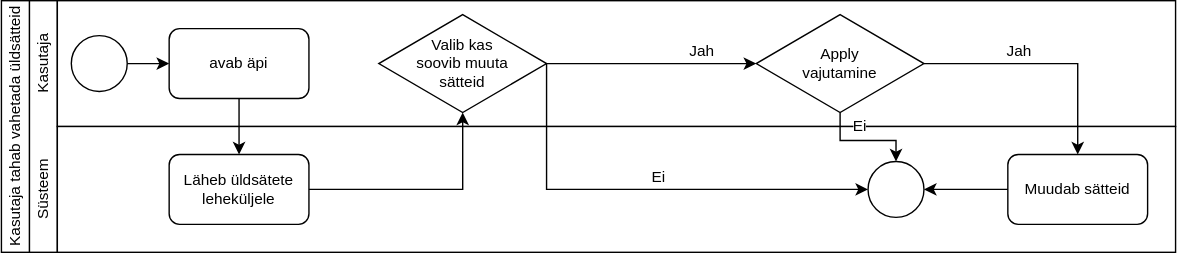
Earlier version of the draw.io export Dokumendid/Tegevusdiagrammid/Tegevusdiagramm Egert.svg (p-kristjan/Elron-App-TARpe19). Source tidied: cells renumbered, new cells last; positions are measured from the earlier drawing's top-left corner, leaving out a move shared by most shapes. Source of this version:
```xml
<mxGraphModel>
  <root>
    <mxCell id="0" />
    <mxCell id="1" parent="0" />
    <mxCell id="2" style="rounded=0;whiteSpace=wrap;html=1;" parent="1" vertex="1">
      <mxGeometry x="100" width="20" height="180" as="geometry" />
    </mxCell>
    <mxCell id="3" style="rounded=0;whiteSpace=wrap;html=1;" parent="1" vertex="1">
      <mxGeometry x="80" width="20" height="180" as="geometry" />
    </mxCell>
    <mxCell id="4" style="rounded=0;whiteSpace=wrap;html=1;" parent="1" vertex="1">
      <mxGeometry x="120" width="800" height="90" as="geometry" />
    </mxCell>
    <mxCell id="5" style="rounded=0;whiteSpace=wrap;html=1;" parent="1" vertex="1">
      <mxGeometry x="120" y="90" width="800" height="90" as="geometry" />
    </mxCell>
    <mxCell id="6" value="&lt;div style=&quot;font-size: 11px;&quot;&gt;Kasutaja tahab vahetada üldsätteid&lt;/div&gt;" style="text;html=1;strokeColor=none;fillColor=none;align=center;verticalAlign=middle;whiteSpace=wrap;rounded=0;rotation=-90;spacing=0;fontSize=11;" parent="1" vertex="1">
      <mxGeometry y="80" width="180" height="20" as="geometry" />
    </mxCell>
    <mxCell id="7" value="&lt;div&gt;Süsteem&lt;/div&gt;" style="text;html=1;strokeColor=none;fillColor=none;align=center;verticalAlign=middle;whiteSpace=wrap;rounded=0;fontSize=11;rotation=-90;" parent="1" vertex="1">
      <mxGeometry x="65" y="125" width="90" height="20" as="geometry" />
    </mxCell>
    <mxCell id="8" value="&lt;div&gt;Kasutaja&lt;/div&gt;" style="text;html=1;strokeColor=none;fillColor=none;align=center;verticalAlign=middle;whiteSpace=wrap;rounded=0;fontSize=11;rotation=-90;" parent="1" vertex="1">
      <mxGeometry x="65" y="35" width="90" height="20" as="geometry" />
    </mxCell>
    <mxCell id="9" style="edgeStyle=orthogonalEdgeStyle;rounded=0;jettySize=auto;html=1;exitX=1;exitY=0.5;exitDx=0;exitDy=0;entryX=0;entryY=0.5;entryDx=0;entryDy=0;fontSize=11;" parent="1" edge="1" source="10" target="12">
      <mxGeometry relative="1" as="geometry" />
    </mxCell>
    <mxCell id="10" style="ellipse;whiteSpace=wrap;html=1;fontSize=11;" parent="1" vertex="1">
      <mxGeometry x="130" y="25" width="40" height="40" as="geometry" />
    </mxCell>
    <mxCell id="11" style="group;" parent="1" vertex="1">
      <mxGeometry x="200" y="20" width="100" height="50" as="geometry" />
    </mxCell>
    <mxCell id="12" style="rounded=1;whiteSpace=wrap;html=1;fontSize=11;" parent="11" vertex="1">
      <mxGeometry width="100" height="50" as="geometry" />
    </mxCell>
    <mxCell id="13" value="avab äpi" style="text;html=1;strokeColor=none;fillColor=none;align=center;verticalAlign=middle;whiteSpace=wrap;rounded=0;fontSize=11;" parent="11" vertex="1">
      <mxGeometry y="8.3" width="100" height="33.3" as="geometry" />
    </mxCell>
    <mxCell id="14" style="group;" parent="1" vertex="1">
      <mxGeometry x="200" y="110" width="100" height="50" as="geometry" />
    </mxCell>
    <mxCell id="15" style="rounded=1;whiteSpace=wrap;html=1;fontSize=11;" parent="14" vertex="1">
      <mxGeometry width="100" height="50" as="geometry" />
    </mxCell>
    <mxCell id="16" value="&lt;div&gt;Läheb üldsätete leheküljele&lt;/div&gt;" style="text;html=1;strokeColor=none;fillColor=none;align=center;verticalAlign=middle;whiteSpace=wrap;rounded=0;fontSize=11;" parent="14" vertex="1">
      <mxGeometry y="8.3" width="100" height="33.3" as="geometry" />
    </mxCell>
    <mxCell id="17" style="edgeStyle=orthogonalEdgeStyle;rounded=0;jettySize=auto;html=1;exitX=1;exitY=0.5;exitDx=0;exitDy=0;fontSize=11;" parent="1" edge="1" source="16" target="19">
      <mxGeometry relative="1" as="geometry" />
    </mxCell>
    <mxCell id="18" style="group;" parent="1" vertex="1">
      <mxGeometry x="350" y="10" width="120" height="70" as="geometry" />
    </mxCell>
    <mxCell id="19" style="rhombus;whiteSpace=wrap;html=1;fontSize=11;" parent="18" vertex="1">
      <mxGeometry width="120" height="70" as="geometry" />
    </mxCell>
    <mxCell id="20" value="&lt;div&gt;Valib kas soovib muuta sätteid&lt;/div&gt;" style="text;html=1;strokeColor=none;fillColor=none;align=center;verticalAlign=middle;whiteSpace=wrap;rounded=0;fontSize=11;" parent="18" vertex="1">
      <mxGeometry x="20" y="25" width="80" height="20" as="geometry" />
    </mxCell>
    <mxCell id="21" style="group;" parent="1" vertex="1">
      <mxGeometry x="620" y="10" width="120" height="70" as="geometry" />
    </mxCell>
    <mxCell id="22" style="rhombus;whiteSpace=wrap;html=1;fontSize=11;" parent="21" vertex="1">
      <mxGeometry width="120" height="70" as="geometry" />
    </mxCell>
    <mxCell id="23" value="&lt;div&gt;Apply vajutamine&lt;/div&gt;" style="text;html=1;strokeColor=none;fillColor=none;align=center;verticalAlign=middle;whiteSpace=wrap;rounded=0;fontSize=11;" parent="21" vertex="1">
      <mxGeometry x="20" y="25" width="80" height="20" as="geometry" />
    </mxCell>
    <mxCell id="24" style="edgeStyle=orthogonalEdgeStyle;rounded=0;jettySize=auto;html=1;fontSize=11;" parent="1" edge="1" source="19" target="22">
      <mxGeometry relative="1" as="geometry" />
    </mxCell>
    <mxCell id="25" value="&lt;div&gt;Jah&lt;/div&gt;" style="edgeLabel;html=1;align=center;verticalAlign=middle;fontSize=11;" parent="24" vertex="1">
      <mxGeometry x="0.17" y="1" relative="1" as="geometry">
        <mxPoint x="22.4" y="-9" as="offset" />
      </mxGeometry>
    </mxCell>
    <mxCell id="26" style="edgeStyle=orthogonalEdgeStyle;rounded=0;jettySize=auto;html=1;entryX=0.5;entryY=0;entryDx=0;entryDy=0;fontSize=11;" parent="1" edge="1" source="12" target="15">
      <mxGeometry relative="1" as="geometry" />
    </mxCell>
    <mxCell id="27" style="group;" parent="1" vertex="1">
      <mxGeometry x="800" y="110" width="100" height="50" as="geometry" />
    </mxCell>
    <mxCell id="28" style="rounded=1;whiteSpace=wrap;html=1;fontSize=11;" parent="27" vertex="1">
      <mxGeometry width="100" height="50" as="geometry" />
    </mxCell>
    <mxCell id="29" value="&lt;div&gt;Muudab sätteid&lt;br&gt;&lt;/div&gt;" style="text;html=1;strokeColor=none;fillColor=none;align=center;verticalAlign=middle;whiteSpace=wrap;rounded=0;fontSize=11;" parent="27" vertex="1">
      <mxGeometry y="8.3" width="100" height="33.3" as="geometry" />
    </mxCell>
    <mxCell id="30" style="edgeStyle=orthogonalEdgeStyle;rounded=0;jettySize=auto;html=1;entryX=0.5;entryY=0;entryDx=0;entryDy=0;fontSize=11;" parent="1" edge="1" source="22" target="28">
      <mxGeometry relative="1" as="geometry" />
    </mxCell>
    <mxCell id="31" value="Jah" style="edgeLabel;html=1;align=center;verticalAlign=middle;fontSize=11;" parent="30" vertex="1">
      <mxGeometry x="-0.23" y="-1" relative="1" as="geometry">
        <mxPoint y="-11" as="offset" />
      </mxGeometry>
    </mxCell>
    <mxCell id="32" style="ellipse;whiteSpace=wrap;html=1;fontSize=11;" parent="1" vertex="1">
      <mxGeometry x="700" y="115" width="40" height="40" as="geometry" />
    </mxCell>
    <mxCell id="33" style="edgeStyle=orthogonalEdgeStyle;rounded=0;jettySize=auto;html=1;entryX=0.5;entryY=0;entryDx=0;entryDy=0;fontSize=11;" parent="1" edge="1" source="22" target="32">
      <mxGeometry relative="1" as="geometry" />
    </mxCell>
    <mxCell id="34" value="&lt;div&gt;Ei&lt;/div&gt;" style="edgeLabel;html=1;align=center;verticalAlign=middle;fontSize=11;" parent="33" vertex="1">
      <mxGeometry x="-0.12" y="1" relative="1" as="geometry">
        <mxPoint y="-9" as="offset" />
      </mxGeometry>
    </mxCell>
    <mxCell id="35" style="edgeStyle=orthogonalEdgeStyle;rounded=0;jettySize=auto;html=1;entryX=1;entryY=0.5;entryDx=0;entryDy=0;fontSize=11;" parent="1" edge="1" source="28" target="32">
      <mxGeometry relative="1" as="geometry" />
    </mxCell>
    <mxCell id="36" style="edgeStyle=orthogonalEdgeStyle;rounded=0;jettySize=auto;html=1;entryX=0;entryY=0.5;entryDx=0;entryDy=0;fontSize=11;" parent="1" edge="1" source="19" target="32">
      <mxGeometry relative="1" as="geometry">
        <Array as="points">
          <mxPoint x="470" y="135" />
        </Array>
      </mxGeometry>
    </mxCell>
    <mxCell id="37" value="&lt;div&gt;Ei&lt;/div&gt;" style="edgeLabel;html=1;align=center;verticalAlign=middle;fontSize=11;" parent="36" vertex="1">
      <mxGeometry x="-0.06" relative="1" as="geometry">
        <mxPoint x="19" y="-10" as="offset" />
      </mxGeometry>
    </mxCell>
  </root>
</mxGraphModel>
```
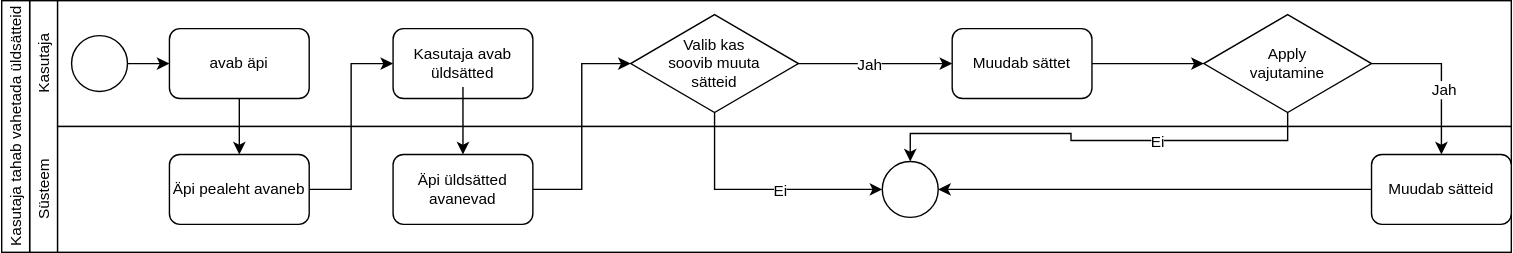
The same diagram one commit later.

Commit message:
Diagrammi muutmine

Diff of the diagram source:
```diff
@@ -2,6 +2,9 @@
   <root>
     <mxCell id="0" />
     <mxCell id="1" parent="0" />
+    <mxCell id="38" style="rounded=1;whiteSpace=wrap;html=1;fontSize=11;" parent="1" vertex="1">
+      <mxGeometry x="200" y="110" width="100" height="50" as="geometry" />
+    </mxCell>
     <mxCell id="2" style="rounded=0;whiteSpace=wrap;html=1;" parent="1" vertex="1">
       <mxGeometry x="100" width="20" height="180" as="geometry" />
     </mxCell>
@@ -9,10 +12,10 @@
       <mxGeometry x="80" width="20" height="180" as="geometry" />
     </mxCell>
     <mxCell id="4" style="rounded=0;whiteSpace=wrap;html=1;" parent="1" vertex="1">
-      <mxGeometry x="120" width="800" height="90" as="geometry" />
+      <mxGeometry x="120" width="1040" height="90" as="geometry" />
     </mxCell>
     <mxCell id="5" style="rounded=0;whiteSpace=wrap;html=1;" parent="1" vertex="1">
-      <mxGeometry x="120" y="90" width="800" height="90" as="geometry" />
+      <mxGeometry x="120" y="90" width="1040" height="90" as="geometry" />
     </mxCell>
     <mxCell id="6" value="&lt;div style=&quot;font-size: 11px;&quot;&gt;Kasutaja tahab vahetada üldsätteid&lt;/div&gt;" style="text;html=1;strokeColor=none;fillColor=none;align=center;verticalAlign=middle;whiteSpace=wrap;rounded=0;rotation=-90;spacing=0;fontSize=11;" parent="1" vertex="1">
       <mxGeometry y="80" width="180" height="20" as="geometry" />
@@ -38,20 +41,8 @@
     <mxCell id="13" value="avab äpi" style="text;html=1;strokeColor=none;fillColor=none;align=center;verticalAlign=middle;whiteSpace=wrap;rounded=0;fontSize=11;" parent="11" vertex="1">
       <mxGeometry y="8.3" width="100" height="33.3" as="geometry" />
     </mxCell>
-    <mxCell id="14" style="group;" parent="1" vertex="1">
-      <mxGeometry x="200" y="110" width="100" height="50" as="geometry" />
-    </mxCell>
-    <mxCell id="15" style="rounded=1;whiteSpace=wrap;html=1;fontSize=11;" parent="14" vertex="1">
-      <mxGeometry width="100" height="50" as="geometry" />
-    </mxCell>
-    <mxCell id="16" value="&lt;div&gt;Läheb üldsätete leheküljele&lt;/div&gt;" style="text;html=1;strokeColor=none;fillColor=none;align=center;verticalAlign=middle;whiteSpace=wrap;rounded=0;fontSize=11;" parent="14" vertex="1">
-      <mxGeometry y="8.3" width="100" height="33.3" as="geometry" />
-    </mxCell>
-    <mxCell id="17" style="edgeStyle=orthogonalEdgeStyle;rounded=0;jettySize=auto;html=1;exitX=1;exitY=0.5;exitDx=0;exitDy=0;fontSize=11;" parent="1" edge="1" source="16" target="19">
-      <mxGeometry relative="1" as="geometry" />
-    </mxCell>
     <mxCell id="18" style="group;" parent="1" vertex="1">
-      <mxGeometry x="350" y="10" width="120" height="70" as="geometry" />
+      <mxGeometry x="530" y="10" width="120" height="70" as="geometry" />
     </mxCell>
     <mxCell id="19" style="rhombus;whiteSpace=wrap;html=1;fontSize=11;" parent="18" vertex="1">
       <mxGeometry width="120" height="70" as="geometry" />
@@ -59,68 +50,95 @@
     <mxCell id="20" value="&lt;div&gt;Valib kas soovib muuta sätteid&lt;/div&gt;" style="text;html=1;strokeColor=none;fillColor=none;align=center;verticalAlign=middle;whiteSpace=wrap;rounded=0;fontSize=11;" parent="18" vertex="1">
       <mxGeometry x="20" y="25" width="80" height="20" as="geometry" />
     </mxCell>
-    <mxCell id="21" style="group;" parent="1" vertex="1">
-      <mxGeometry x="620" y="10" width="120" height="70" as="geometry" />
-    </mxCell>
+    <mxCell id="32" style="ellipse;whiteSpace=wrap;html=1;fontSize=11;" parent="1" vertex="1">
+      <mxGeometry x="710" y="115" width="40" height="40" as="geometry" />
+    </mxCell>
+    <mxCell id="35" style="edgeStyle=orthogonalEdgeStyle;rounded=0;jettySize=auto;html=1;entryX=1;entryY=0.5;entryDx=0;entryDy=0;fontSize=11;" parent="1" edge="1" source="28" target="32">
+      <mxGeometry relative="1" as="geometry" />
+    </mxCell>
+    <mxCell id="30" style="edgeStyle=orthogonalEdgeStyle;rounded=0;jettySize=auto;html=1;exitX=1;exitY=0.5;exitDx=0;exitDy=0;entryX=0.5;entryY=0;entryDx=0;entryDy=0;" parent="1" edge="1" source="22" target="28">
+      <mxGeometry relative="1" as="geometry" />
+    </mxCell>
+    <mxCell id="39" value="&lt;div&gt;Jah&lt;/div&gt;" style="edgeLabel;html=1;align=center;verticalAlign=middle;" parent="30" vertex="1">
+      <mxGeometry x="0.18" y="1" relative="1" as="geometry" />
+    </mxCell>
+    <mxCell id="33" style="edgeStyle=orthogonalEdgeStyle;rounded=0;jettySize=auto;html=1;exitX=0.5;exitY=1;exitDx=0;exitDy=0;entryX=0.5;entryY=0;entryDx=0;entryDy=0;" parent="1" edge="1" source="22" target="32">
+      <mxGeometry relative="1" as="geometry" />
+    </mxCell>
+    <mxCell id="40" value="&lt;div&gt;Ei&lt;/div&gt;" style="edgeLabel;html=1;align=center;verticalAlign=middle;" parent="33" vertex="1">
+      <mxGeometry x="-0.27" y="2" relative="1" as="geometry">
+        <mxPoint y="-2" as="offset" />
+      </mxGeometry>
+    </mxCell>
-    <mxCell id="22" style="rhombus;whiteSpace=wrap;html=1;fontSize=11;" parent="21" vertex="1">
-      <mxGeometry width="120" height="70" as="geometry" />
+    <mxCell id="22" style="rhombus;whiteSpace=wrap;html=1;fontSize=11;" parent="1" vertex="1">
+      <mxGeometry x="940" y="10" width="120" height="70" as="geometry" />
     </mxCell>
-    <mxCell id="23" value="&lt;div&gt;Apply vajutamine&lt;/div&gt;" style="text;html=1;strokeColor=none;fillColor=none;align=center;verticalAlign=middle;whiteSpace=wrap;rounded=0;fontSize=11;" parent="21" vertex="1">
-      <mxGeometry x="20" y="25" width="80" height="20" as="geometry" />
+    <mxCell id="23" value="&lt;div&gt;Apply vajutamine&lt;/div&gt;" style="text;html=1;strokeColor=none;fillColor=none;align=center;verticalAlign=middle;whiteSpace=wrap;rounded=0;fontSize=11;" parent="1" vertex="1">
+      <mxGeometry x="960" y="35" width="80" height="20" as="geometry" />
     </mxCell>
-    <mxCell id="24" style="edgeStyle=orthogonalEdgeStyle;rounded=0;jettySize=auto;html=1;fontSize=11;" parent="1" edge="1" source="19" target="22">
-      <mxGeometry relative="1" as="geometry" />
-    </mxCell>
-    <mxCell id="25" value="&lt;div&gt;Jah&lt;/div&gt;" style="edgeLabel;html=1;align=center;verticalAlign=middle;fontSize=11;" parent="24" vertex="1">
-      <mxGeometry x="0.17" y="1" relative="1" as="geometry">
-        <mxPoint x="22.4" y="-9" as="offset" />
-      </mxGeometry>
-    </mxCell>
-    <mxCell id="26" style="edgeStyle=orthogonalEdgeStyle;rounded=0;jettySize=auto;html=1;entryX=0.5;entryY=0;entryDx=0;entryDy=0;fontSize=11;" parent="1" edge="1" source="12" target="15">
-      <mxGeometry relative="1" as="geometry" />
-    </mxCell>
-    <mxCell id="27" style="group;" parent="1" vertex="1">
-      <mxGeometry x="800" y="110" width="100" height="50" as="geometry" />
-    </mxCell>
+    <mxCell id="41" style="edgeStyle=orthogonalEdgeStyle;rounded=0;jettySize=auto;html=1;entryX=0.5;entryY=0;entryDx=0;entryDy=0;" parent="1" edge="1" source="12" target="38">
+      <mxGeometry relative="1" as="geometry" />
+    </mxCell>
+    <mxCell id="42" style="rounded=1;whiteSpace=wrap;html=1;fontSize=11;" parent="1" vertex="1">
+      <mxGeometry x="360" y="20" width="100" height="50" as="geometry" />
+    </mxCell>
+    <mxCell id="43" style="edgeStyle=orthogonalEdgeStyle;rounded=0;jettySize=auto;html=1;entryX=0.5;entryY=0;entryDx=0;entryDy=0;" parent="1" edge="1" source="44" target="47">
+      <mxGeometry relative="1" as="geometry" />
+    </mxCell>
+    <mxCell id="44" value="Kasutaja avab üldsätted" style="text;html=1;strokeColor=none;fillColor=none;align=center;verticalAlign=middle;whiteSpace=wrap;rounded=0;fontSize=11;" parent="1" vertex="1">
+      <mxGeometry x="360" y="28.3" width="100" height="33.3" as="geometry" />
+    </mxCell>
+    <mxCell id="14" style="group;" parent="1" vertex="1">
+      <mxGeometry x="200" y="110" width="100" height="50" as="geometry" />
+    </mxCell>
+    <mxCell id="15" style="rounded=1;whiteSpace=wrap;html=1;fontSize=11;" parent="14" vertex="1">
+      <mxGeometry width="100" height="50" as="geometry" />
+    </mxCell>
+    <mxCell id="45" value="Äpi pealeht avaneb" style="text;html=1;strokeColor=none;fillColor=none;align=center;verticalAlign=middle;whiteSpace=wrap;rounded=0;fontSize=11;" parent="14" vertex="1">
+      <mxGeometry y="8.3" width="100" height="33.3" as="geometry" />
+    </mxCell>
+    <mxCell id="46" style="edgeStyle=orthogonalEdgeStyle;rounded=0;jettySize=auto;html=1;exitX=1;exitY=0.5;exitDx=0;exitDy=0;entryX=0;entryY=0.5;entryDx=0;entryDy=0;" parent="1" edge="1" source="45" target="44">
+      <mxGeometry relative="1" as="geometry" />
+    </mxCell>
+    <mxCell id="47" style="rounded=1;whiteSpace=wrap;html=1;fontSize=11;" parent="1" vertex="1">
+      <mxGeometry x="360" y="110" width="100" height="50" as="geometry" />
+    </mxCell>
+    <mxCell id="48" style="edgeStyle=orthogonalEdgeStyle;rounded=0;jettySize=auto;html=1;exitX=1;exitY=0.5;exitDx=0;exitDy=0;entryX=0;entryY=0.5;entryDx=0;entryDy=0;" parent="1" edge="1" source="49" target="19">
+      <mxGeometry relative="1" as="geometry" />
+    </mxCell>
+    <mxCell id="49" value="Äpi üldsätted avanevad" style="text;html=1;strokeColor=none;fillColor=none;align=center;verticalAlign=middle;whiteSpace=wrap;rounded=0;fontSize=11;" parent="1" vertex="1">
+      <mxGeometry x="360" y="118.3" width="100" height="33.3" as="geometry" />
+    </mxCell>
+    <mxCell id="50" style="rounded=1;whiteSpace=wrap;html=1;fontSize=11;" parent="1" vertex="1">
+      <mxGeometry x="760" y="20" width="100" height="50" as="geometry" />
+    </mxCell>
+    <mxCell id="51" style="edgeStyle=orthogonalEdgeStyle;rounded=0;jettySize=auto;html=1;exitX=1;exitY=0.5;exitDx=0;exitDy=0;entryX=0;entryY=0.5;entryDx=0;entryDy=0;" parent="1" edge="1" source="52" target="22">
+      <mxGeometry relative="1" as="geometry" />
+    </mxCell>
+    <mxCell id="52" value="Muudab sättet" style="text;html=1;strokeColor=none;fillColor=none;align=center;verticalAlign=middle;whiteSpace=wrap;rounded=0;fontSize=11;" parent="1" vertex="1">
+      <mxGeometry x="760" y="28.3" width="100" height="33.3" as="geometry" />
+    </mxCell>
+    <mxCell id="53" style="edgeStyle=orthogonalEdgeStyle;rounded=0;jettySize=auto;html=1;exitX=1;exitY=0.5;exitDx=0;exitDy=0;" parent="1" edge="1" source="19" target="52">
+      <mxGeometry relative="1" as="geometry" />
+    </mxCell>
+    <mxCell id="54" value="Jah" style="edgeLabel;html=1;align=center;verticalAlign=middle;" parent="53" vertex="1">
+      <mxGeometry x="0.31" y="1" relative="1" as="geometry">
+        <mxPoint x="-22" y="1" as="offset" />
+      </mxGeometry>
+    </mxCell>
-    <mxCell id="28" style="rounded=1;whiteSpace=wrap;html=1;fontSize=11;" parent="27" vertex="1">
-      <mxGeometry width="100" height="50" as="geometry" />
+    <mxCell id="28" style="rounded=1;whiteSpace=wrap;html=1;fontSize=11;" parent="1" vertex="1">
+      <mxGeometry x="1060" y="110" width="100" height="50" as="geometry" />
     </mxCell>
-    <mxCell id="29" value="&lt;div&gt;Muudab sätteid&lt;br&gt;&lt;/div&gt;" style="text;html=1;strokeColor=none;fillColor=none;align=center;verticalAlign=middle;whiteSpace=wrap;rounded=0;fontSize=11;" parent="27" vertex="1">
-      <mxGeometry y="8.3" width="100" height="33.3" as="geometry" />
+    <mxCell id="29" value="&lt;div&gt;Muudab sätteid&lt;br&gt;&lt;/div&gt;" style="text;html=1;strokeColor=none;fillColor=none;align=center;verticalAlign=middle;whiteSpace=wrap;rounded=0;fontSize=11;" parent="1" vertex="1">
+      <mxGeometry x="1060" y="118.3" width="100" height="33.3" as="geometry" />
     </mxCell>
-    <mxCell id="30" style="edgeStyle=orthogonalEdgeStyle;rounded=0;jettySize=auto;html=1;entryX=0.5;entryY=0;entryDx=0;entryDy=0;fontSize=11;" parent="1" edge="1" source="22" target="28">
-      <mxGeometry relative="1" as="geometry" />
-    </mxCell>
-    <mxCell id="31" value="Jah" style="edgeLabel;html=1;align=center;verticalAlign=middle;fontSize=11;" parent="30" vertex="1">
-      <mxGeometry x="-0.23" y="-1" relative="1" as="geometry">
-        <mxPoint y="-11" as="offset" />
-      </mxGeometry>
-    </mxCell>
-    <mxCell id="32" style="ellipse;whiteSpace=wrap;html=1;fontSize=11;" parent="1" vertex="1">
-      <mxGeometry x="700" y="115" width="40" height="40" as="geometry" />
-    </mxCell>
-    <mxCell id="33" style="edgeStyle=orthogonalEdgeStyle;rounded=0;jettySize=auto;html=1;entryX=0.5;entryY=0;entryDx=0;entryDy=0;fontSize=11;" parent="1" edge="1" source="22" target="32">
-      <mxGeometry relative="1" as="geometry" />
-    </mxCell>
-    <mxCell id="34" value="&lt;div&gt;Ei&lt;/div&gt;" style="edgeLabel;html=1;align=center;verticalAlign=middle;fontSize=11;" parent="33" vertex="1">
-      <mxGeometry x="-0.12" y="1" relative="1" as="geometry">
-        <mxPoint y="-9" as="offset" />
-      </mxGeometry>
-    </mxCell>
-    <mxCell id="35" style="edgeStyle=orthogonalEdgeStyle;rounded=0;jettySize=auto;html=1;entryX=1;entryY=0.5;entryDx=0;entryDy=0;fontSize=11;" parent="1" edge="1" source="28" target="32">
-      <mxGeometry relative="1" as="geometry" />
-    </mxCell>
-    <mxCell id="36" style="edgeStyle=orthogonalEdgeStyle;rounded=0;jettySize=auto;html=1;entryX=0;entryY=0.5;entryDx=0;entryDy=0;fontSize=11;" parent="1" edge="1" source="19" target="32">
-      <mxGeometry relative="1" as="geometry">
-        <Array as="points">
-          <mxPoint x="470" y="135" />
-        </Array>
-      </mxGeometry>
+    <mxCell id="36" style="edgeStyle=orthogonalEdgeStyle;rounded=0;jettySize=auto;html=1;exitX=0.5;exitY=1;exitDx=0;exitDy=0;entryX=0;entryY=0.5;entryDx=0;entryDy=0;" parent="1" edge="1" source="19" target="32">
+      <mxGeometry relative="1" as="geometry" />
     </mxCell>
-    <mxCell id="37" value="&lt;div&gt;Ei&lt;/div&gt;" style="edgeLabel;html=1;align=center;verticalAlign=middle;fontSize=11;" parent="36" vertex="1">
-      <mxGeometry x="-0.06" relative="1" as="geometry">
-        <mxPoint x="19" y="-10" as="offset" />
-      </mxGeometry>
-    </mxCell>
+    <mxCell id="55" value="Ei" style="edgeLabel;html=1;align=center;verticalAlign=middle;" parent="36" vertex="1">
+      <mxGeometry x="0.15" y="3" relative="1" as="geometry">
+        <mxPoint y="3" as="offset" />
+      </mxGeometry>
+    </mxCell>
   </root>
 </mxGraphModel>
```
